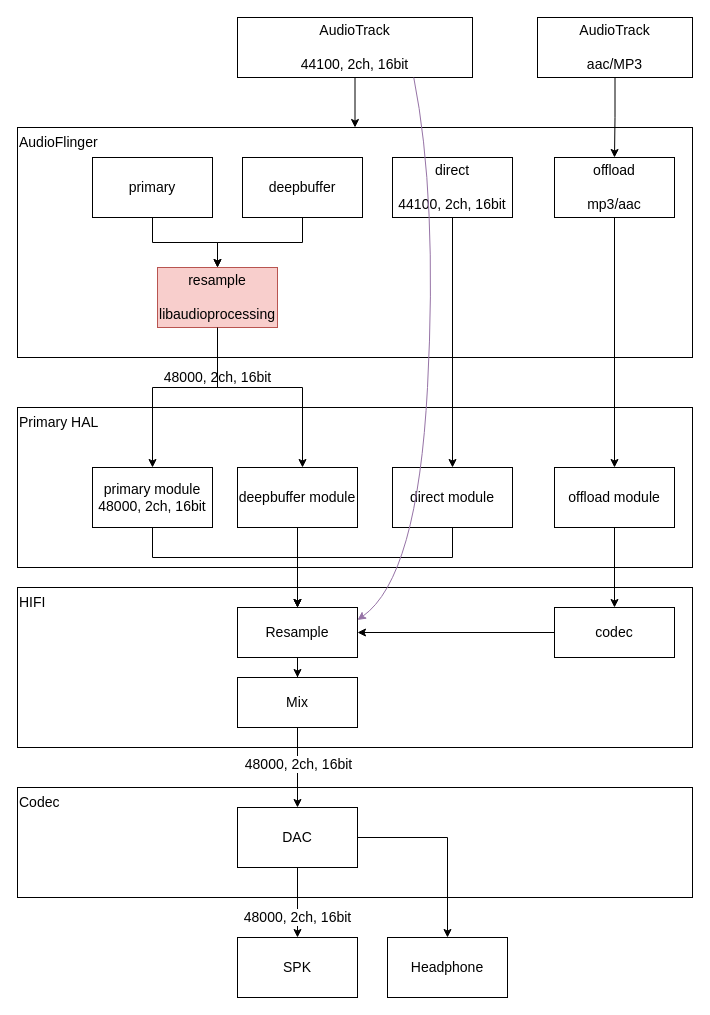
Above: page "audio_resample" (3 of 4) of design.drawio in ccfriend/av_lab (draw.io), before the change. Source tidied: cells renumbered, new cells numbered last; positions are measured from the earlier drawing's top-left corner, leaving out a move shared by most shapes. Both pictures are drawn from the tidied source at 100%, with x=0, y=0 at pixel (17, 17).
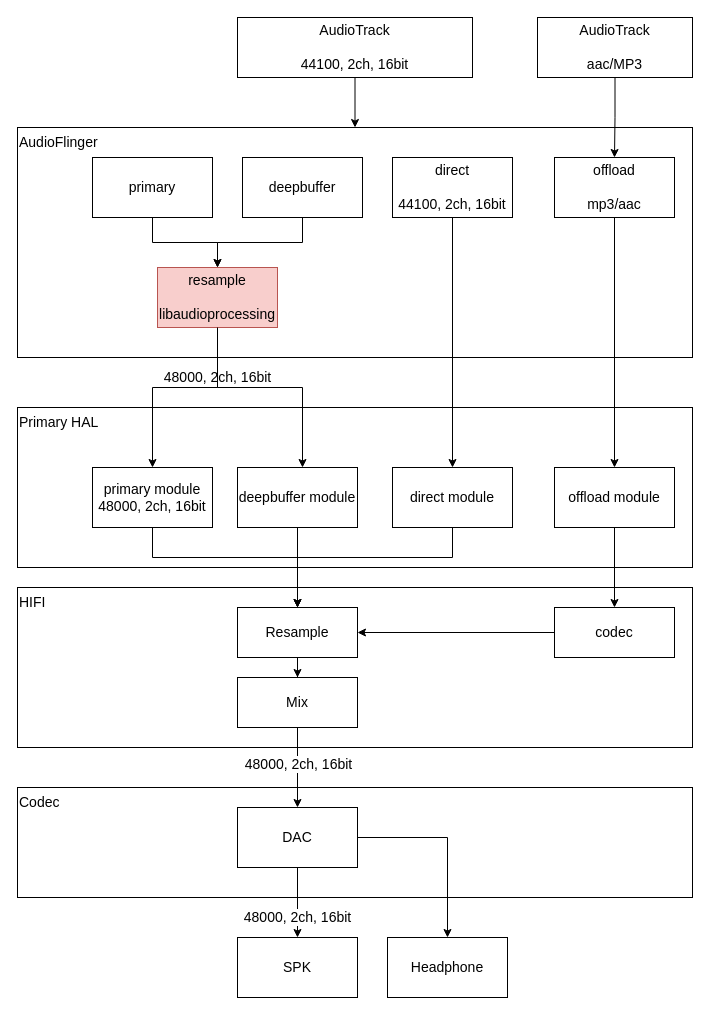
The same diagram, later.

The change refers to these unchanged cells:
```xml
<mxCell id="15" value="AudioTrack&lt;br style=&quot;font-size: 14px;&quot;&gt;&lt;br style=&quot;font-size: 14px;&quot;&gt;&lt;span style=&quot;font-size: 14px;&quot;&gt;44100, 2ch, 16bit&lt;/span&gt;" style="rounded=0;whiteSpace=wrap;html=1;fontSize=14;" parent="1" vertex="1">
  <mxGeometry x="220" width="235" height="60" as="geometry" />
</mxCell>
<mxCell id="30" value="Resample" style="rounded=0;whiteSpace=wrap;html=1;fontSize=14;" parent="1" vertex="1">
  <mxGeometry x="220" y="590" width="120" height="50" as="geometry" />
</mxCell>
```

Change to the diagram source:
```diff
@@
-    <mxCell id="37" style="curved=1;endArrow=classic;html=1;rounded=0;fontSize=14;exitX=0.75;exitY=1;exitDx=0;exitDy=0;entryX=1;entryY=0.25;entryDx=0;entryDy=0;fillColor=#e1d5e7;strokeColor=#9673a6;" parent="1" edge="1" source="15" target="30">
-      <mxGeometry relative="1" as="geometry">
-        <Array as="points">
-          <mxPoint x="420" y="180" />
-          <mxPoint x="400" y="560" />
-        </Array>
-      </mxGeometry>
-    </mxCell>
```
